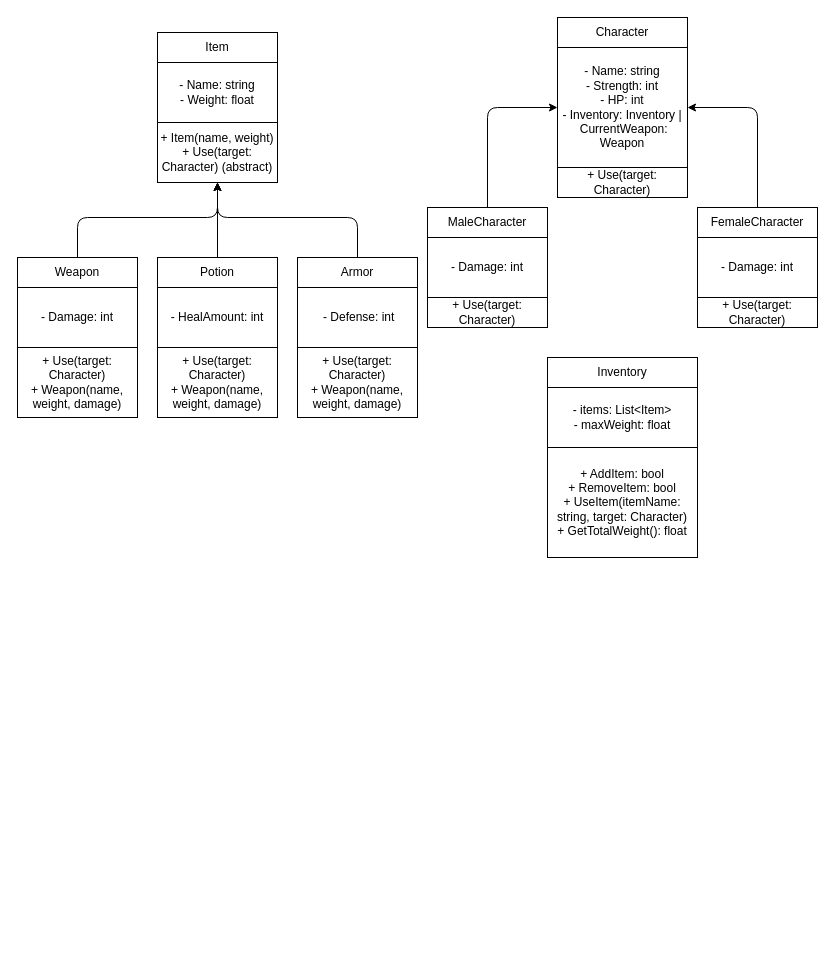
This is tabell.drawio from te22c-abdulleiid-amira/Projekt-1---Vinterprojektet, a draw.io file, before an edit. Source tidied: cells renumbered, new cells numbered last; positions are measured from the earlier drawing's top-left corner, leaving out a move shared by most shapes. Both pictures are drawn from the tidied source at 100%, with x=0, y=0 at pixel (17, 17).
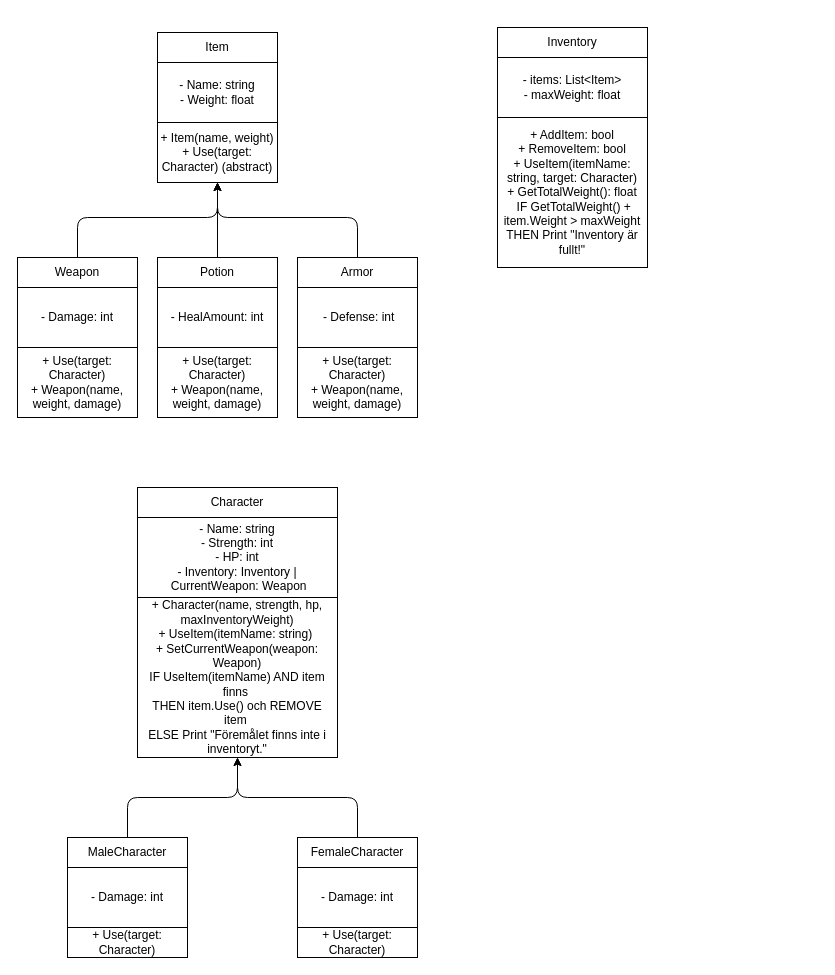
The same diagram, later.

What changed in the source:
```diff
@@
     <mxCell id="9" value="Inventory" style="rounded=0;whiteSpace=wrap;html=1;" parent="1" vertex="1">
-      <mxGeometry x="530" y="340" width="150" height="30" as="geometry" />
+      <mxGeometry x="480" y="10" width="150" height="30" as="geometry" />
     </mxCell>
-    <mxCell id="10" value="+ AddItem: &lt;span class=&quot;hljs-type&quot;&gt;bool&lt;br&gt;&lt;/span&gt;+ RemoveItem: &lt;span class=&quot;hljs-type&quot;&gt;bool&lt;/span&gt; &lt;br&gt;+ UseItem(itemName: string, target: &lt;span class=&quot;hljs-type&quot;&gt;Character&lt;/span&gt;) &lt;br&gt;+ GetTotalWeight(): &lt;span class=&quot;hljs-type&quot;&gt;float&lt;/span&gt;" style="rounded=0;whiteSpace=wrap;html=1;" parent="1" vertex="1">
-      <mxGeometry x="530" y="430" width="150" height="110" as="geometry" />
+    <mxCell id="10" value="+ AddItem: &lt;span class=&quot;hljs-type&quot;&gt;bool&lt;br&gt;&lt;/span&gt;+ RemoveItem: &lt;span class=&quot;hljs-type&quot;&gt;bool&lt;/span&gt; &lt;br&gt;+ UseItem(itemName: string, target: &lt;span class=&quot;hljs-type&quot;&gt;Character&lt;/span&gt;) &lt;br&gt;+ GetTotalWeight(): &lt;span class=&quot;hljs-type&quot;&gt;float&lt;/span&gt;&lt;div&gt;&lt;span class=&quot;hljs-type&quot;&gt;&lt;div&gt;&amp;nbsp;IF GetTotalWeight() + item.Weight &amp;gt; maxWeight&lt;/div&gt;&lt;div&gt;&lt;span style=&quot;background-color: transparent;&quot;&gt;THEN Print &quot;Inventory är fullt!&quot;&lt;/span&gt;&lt;/div&gt;&lt;/span&gt;&lt;/div&gt;" style="rounded=0;whiteSpace=wrap;html=1;" parent="1" vertex="1">
+      <mxGeometry x="480" y="100" width="150" height="150" as="geometry" />
     </mxCell>
     <mxCell id="11" value="- items: List&amp;lt;Item&amp;gt; &lt;br&gt;- maxWeight: &lt;span class=&quot;hljs-type&quot;&gt;float&lt;/span&gt;" style="rounded=0;whiteSpace=wrap;html=1;" parent="1" vertex="1">
-      <mxGeometry x="530" y="370" width="150" height="60" as="geometry" />
+      <mxGeometry x="480" y="40" width="150" height="60" as="geometry" />
     </mxCell>
     <mxCell id="12" value="Character" style="rounded=0;whiteSpace=wrap;html=1;" parent="1" vertex="1">
-      <mxGeometry x="540" width="130" height="30" as="geometry" />
+      <mxGeometry x="120" y="470" width="200" height="30" as="geometry" />
     </mxCell>
-    <mxCell id="13" value="+ Use(target: &lt;span class=&quot;hljs-type&quot;&gt;Character&lt;/span&gt;)" style="rounded=0;whiteSpace=wrap;html=1;" parent="1" vertex="1">
-      <mxGeometry x="540" y="150" width="130" height="30" as="geometry" />
+    <mxCell id="13" value="&lt;div&gt;&lt;font color=&quot;#000000&quot;&gt;+ Character(name, strength, hp, maxInventoryWeight)&lt;/font&gt;&lt;/div&gt;&lt;div&gt;&lt;font color=&quot;#000000&quot;&gt;+ UseItem(itemName: string)&amp;nbsp;&lt;/font&gt;&lt;/div&gt;&lt;div&gt;&lt;font color=&quot;#000000&quot;&gt;+ SetCurrentWeapon(weapon: Weapon)&lt;/font&gt;&lt;/div&gt;&lt;div&gt;&lt;font color=&quot;#000000&quot;&gt;IF UseItem(itemName) AND item finns&amp;nbsp;&lt;/font&gt;&lt;/div&gt;&lt;div&gt;&lt;span style=&quot;background-color: transparent;&quot;&gt;THEN item.Use() och REMOVE item&amp;nbsp;&lt;/span&gt;&lt;/div&gt;&lt;div&gt;&lt;font color=&quot;#000000&quot;&gt;ELSE Print &quot;Föremålet finns inte i inventoryt.&quot;&lt;/font&gt;&lt;/div&gt;" style="rounded=0;whiteSpace=wrap;html=1;" parent="1" vertex="1">
+      <mxGeometry x="120" y="580" width="200" height="160" as="geometry" />
     </mxCell>
     <mxCell id="14" value="- &lt;span class=&quot;hljs-type&quot;&gt;Name&lt;/span&gt;: string&lt;br&gt;- Strength: &lt;span class=&quot;hljs-type&quot;&gt;int&lt;/span&gt; &lt;br&gt;- HP: &lt;span class=&quot;hljs-type&quot;&gt;int&lt;/span&gt; &lt;br&gt;- Inventory: Inventory |&amp;nbsp;CurrentWeapon: Weapon" style="rounded=0;whiteSpace=wrap;html=1;" parent="1" vertex="1">
-      <mxGeometry x="540" y="30" width="130" height="120" as="geometry" />
+      <mxGeometry x="120" y="500" width="200" height="80" as="geometry" />
     </mxCell>
-    <mxCell id="15" style="edgeStyle=none;html=1;entryX=0;entryY=0.5;entryDx=0;entryDy=0;" parent="1" edge="1" source="16" target="14">
-      <mxGeometry relative="1" as="geometry">
-        <Array as="points">
-          <mxPoint x="470" y="90" />
-        </Array>
-      </mxGeometry>
-    </mxCell>
+    <mxCell id="31" style="edgeStyle=none;html=1;entryX=0.5;entryY=1;entryDx=0;entryDy=0;" parent="1" edge="1" source="16" target="13">
+      <mxGeometry relative="1" as="geometry">
+        <Array as="points">
+          <mxPoint x="110" y="780" />
+          <mxPoint x="220" y="780" />
+        </Array>
+      </mxGeometry>
+    </mxCell>
     <mxCell id="16" value="MaleCharacter" style="rounded=0;whiteSpace=wrap;html=1;" parent="1" vertex="1">
-      <mxGeometry x="410" y="190" width="120" height="30" as="geometry" />
+      <mxGeometry x="50" y="820" width="120" height="30" as="geometry" />
     </mxCell>
     <mxCell id="17" value="+ Use(target: &lt;span class=&quot;hljs-type&quot;&gt;Character&lt;/span&gt;)" style="rounded=0;whiteSpace=wrap;html=1;" parent="1" vertex="1">
-      <mxGeometry x="410" y="280" width="120" height="30" as="geometry" />
+      <mxGeometry x="50" y="910" width="120" height="30" as="geometry" />
     </mxCell>
     <mxCell id="18" value="- Damage: &lt;span class=&quot;hljs-type&quot;&gt;int&lt;/span&gt;" style="rounded=0;whiteSpace=wrap;html=1;" parent="1" vertex="1">
-      <mxGeometry x="410" y="220" width="120" height="60" as="geometry" />
+      <mxGeometry x="50" y="850" width="120" height="60" as="geometry" />
     </mxCell>
-    <mxCell id="19" style="edgeStyle=none;html=1;entryX=1;entryY=0.5;entryDx=0;entryDy=0;" parent="1" edge="1" source="20" target="14">
-      <mxGeometry relative="1" as="geometry">
-        <Array as="points">
-          <mxPoint x="740" y="90" />
-        </Array>
-      </mxGeometry>
-    </mxCell>
+    <mxCell id="32" style="edgeStyle=none;html=1;" parent="1" edge="1" source="20">
+      <mxGeometry relative="1" as="geometry">
+        <mxPoint x="220" y="740" as="targetPoint" />
+        <Array as="points">
+          <mxPoint x="340" y="780" />
+          <mxPoint x="220" y="780" />
+        </Array>
+      </mxGeometry>
+    </mxCell>
     <mxCell id="20" value="FemaleCharacter" style="rounded=0;whiteSpace=wrap;html=1;" parent="1" vertex="1">
-      <mxGeometry x="680" y="190" width="120" height="30" as="geometry" />
+      <mxGeometry x="280" y="820" width="120" height="30" as="geometry" />
     </mxCell>
     <mxCell id="21" value="+ Use(target: &lt;span class=&quot;hljs-type&quot;&gt;Character&lt;/span&gt;)" style="rounded=0;whiteSpace=wrap;html=1;" parent="1" vertex="1">
-      <mxGeometry x="680" y="280" width="120" height="30" as="geometry" />
+      <mxGeometry x="280" y="910" width="120" height="30" as="geometry" />
     </mxCell>
     <mxCell id="22" value="- Damage: &lt;span class=&quot;hljs-type&quot;&gt;int&lt;/span&gt;" style="rounded=0;whiteSpace=wrap;html=1;" parent="1" vertex="1">
-      <mxGeometry x="680" y="220" width="120" height="60" as="geometry" />
+      <mxGeometry x="280" y="850" width="120" height="60" as="geometry" />
     </mxCell>
```
